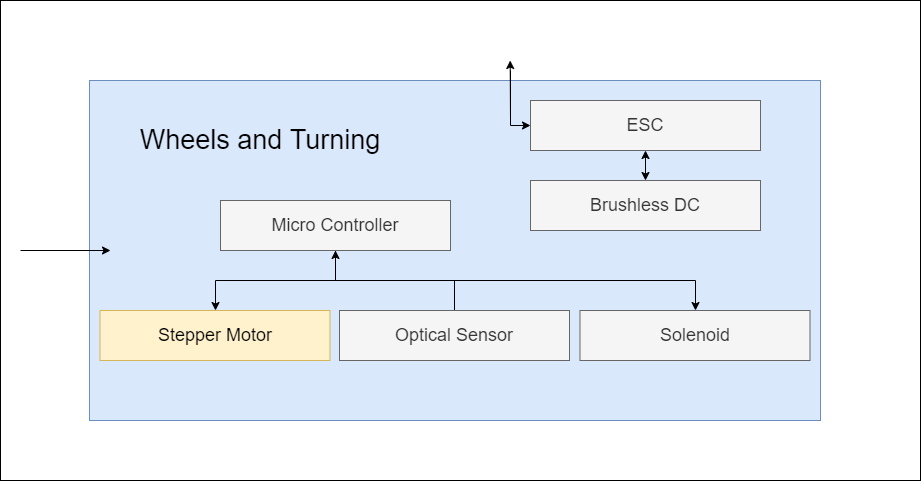
Earlier version of the draw.io export ADS Latex/images/Keaton/MicroC.png (TuringBoard/ADS). Source tidied: cells renumbered, new cells last; positions are measured from the earlier drawing's top-left corner, leaving out a move shared by most shapes. Source of this version:
```xml
<mxGraphModel>
  <root>
    <mxCell id="0" />
    <mxCell id="1" parent="0" />
    <mxCell id="2" style="rounded=0;whiteSpace=wrap;html=1;fontSize=14;" parent="1" vertex="1">
      <mxGeometry width="920" height="480" as="geometry" />
    </mxCell>
    <mxCell id="3" style="rounded=0;whiteSpace=wrap;html=1;fillColor=#dae8fc;strokeColor=#6c8ebf;" parent="1" vertex="1">
      <mxGeometry x="89" y="80" width="731" height="340" as="geometry" />
    </mxCell>
    <mxCell id="4" value="Wheels and Turning" style="text;html=1;strokeColor=none;fillColor=none;align=center;verticalAlign=middle;whiteSpace=wrap;rounded=0;fontSize=27;" parent="1" vertex="1">
      <mxGeometry x="110" y="110" width="300" height="60" as="geometry" />
    </mxCell>
    <mxCell id="5" value="ESC" style="rounded=0;whiteSpace=wrap;html=1;fontSize=18;fillColor=#f5f5f5;strokeColor=#666666;fontColor=#333333;" parent="1" vertex="1">
      <mxGeometry x="530" y="100" width="230" height="50" as="geometry" />
    </mxCell>
    <mxCell id="6" style="edgeStyle=orthogonalEdgeStyle;rounded=0;jettySize=auto;html=1;" parent="1" edge="1" source="8" target="10">
      <mxGeometry relative="1" as="geometry">
        <Array as="points">
          <mxPoint x="335" y="280" />
          <mxPoint x="215" y="280" />
        </Array>
      </mxGeometry>
    </mxCell>
    <mxCell id="7" style="edgeStyle=orthogonalEdgeStyle;rounded=0;jettySize=auto;html=1;exitX=0.5;exitY=1;exitDx=0;exitDy=0;" parent="1" edge="1" source="8" target="16">
      <mxGeometry relative="1" as="geometry">
        <Array as="points">
          <mxPoint x="335" y="280" />
          <mxPoint x="695" y="280" />
        </Array>
      </mxGeometry>
    </mxCell>
    <mxCell id="8" value="Micro Controller" style="rounded=0;whiteSpace=wrap;html=1;fontSize=18;fillColor=#f5f5f5;strokeColor=#666666;fontColor=#333333;" parent="1" vertex="1">
      <mxGeometry x="220" y="200" width="230" height="50" as="geometry" />
    </mxCell>
    <mxCell id="9" value="&lt;div&gt;Brushless DC&lt;/div&gt;" style="rounded=0;whiteSpace=wrap;html=1;fontSize=18;fillColor=#f5f5f5;strokeColor=#666666;fontColor=#333333;" parent="1" vertex="1">
      <mxGeometry x="530" y="180" width="230" height="50" as="geometry" />
    </mxCell>
    <mxCell id="10" value="Stepper Motor" style="rounded=0;whiteSpace=wrap;html=1;fontSize=18;fillColor=#fff2cc;strokeColor=#d6b656;" parent="1" vertex="1">
      <mxGeometry x="99.5" y="310" width="230" height="50" as="geometry" />
    </mxCell>
    <mxCell id="11" style="edgeStyle=orthogonalEdgeStyle;rounded=0;jettySize=auto;html=1;entryX=0;entryY=0.5;entryDx=0;entryDy=0;" parent="1" edge="1" target="5">
      <mxGeometry relative="1" as="geometry">
        <mxPoint x="510" y="70" as="sourcePoint" />
        <Array as="points">
          <mxPoint x="510" y="125" />
        </Array>
      </mxGeometry>
    </mxCell>
    <mxCell id="12" style="edgeStyle=orthogonalEdgeStyle;rounded=0;orthogonalLoop=1;jettySize=auto;html=1;exitX=0.5;exitY=1;exitDx=0;exitDy=0;" parent="1" edge="1" source="2" target="2">
      <mxGeometry relative="1" as="geometry" />
    </mxCell>
    <mxCell id="13" style="endArrow=classic;startArrow=classic;html=1;rounded=0;exitX=0.5;exitY=1;exitDx=0;exitDy=0;" parent="1" edge="1" source="5" target="9">
      <mxGeometry relative="1" as="geometry" />
    </mxCell>
    <mxCell id="14" style="edgeStyle=orthogonalEdgeStyle;rounded=0;jettySize=auto;html=1;entryX=0.5;entryY=1;entryDx=0;entryDy=0;" parent="1" edge="1" source="15" target="8">
      <mxGeometry relative="1" as="geometry" />
    </mxCell>
    <mxCell id="15" value="Optical Sensor" style="rounded=0;whiteSpace=wrap;html=1;fontSize=18;fillColor=#f5f5f5;fontColor=#333333;strokeColor=#666666;" parent="1" vertex="1">
      <mxGeometry x="339" y="310" width="230" height="50" as="geometry" />
    </mxCell>
    <mxCell id="16" value="Solenoid" style="rounded=0;whiteSpace=wrap;html=1;fontSize=18;fillColor=#f5f5f5;fontColor=#333333;strokeColor=#666666;" parent="1" vertex="1">
      <mxGeometry x="579.5" y="310" width="230" height="50" as="geometry" />
    </mxCell>
    <mxCell id="17" style="endArrow=classic;html=1;rounded=0;entryX=0.554;entryY=0.125;entryDx=0;entryDy=0;entryPerimeter=0;" parent="1" edge="1" target="2">
      <mxGeometry relative="1" as="geometry">
        <mxPoint x="510" y="120" as="sourcePoint" />
      </mxGeometry>
    </mxCell>
    <mxCell id="18" style="endArrow=classic;html=1;rounded=0;" parent="1" edge="1">
      <mxGeometry relative="1" as="geometry">
        <mxPoint x="20" y="250" as="sourcePoint" />
        <mxPoint x="110" y="250" as="targetPoint" />
      </mxGeometry>
    </mxCell>
  </root>
</mxGraphModel>
```
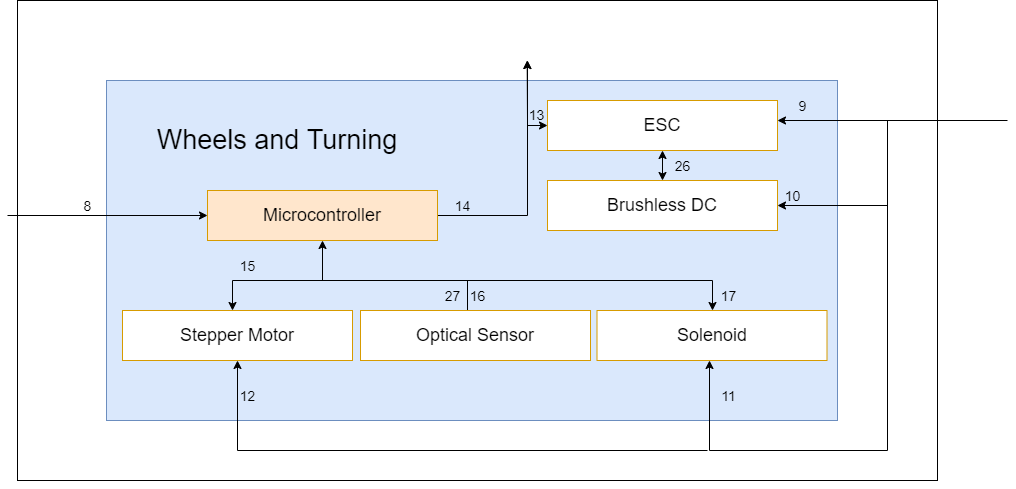
Above is the later version.

Diff of the diagram source:
```diff
@@ -11,33 +11,32 @@
     <mxCell id="4" value="Wheels and Turning" style="text;html=1;strokeColor=none;fillColor=none;align=center;verticalAlign=middle;whiteSpace=wrap;rounded=0;fontSize=27;" parent="1" vertex="1">
       <mxGeometry x="110" y="110" width="300" height="60" as="geometry" />
     </mxCell>
-    <mxCell id="5" value="ESC" style="rounded=0;whiteSpace=wrap;html=1;fontSize=18;fillColor=#f5f5f5;strokeColor=#666666;fontColor=#333333;" parent="1" vertex="1">
+    <mxCell id="5" value="ESC" style="rounded=0;whiteSpace=wrap;html=1;fontSize=18;fillColor=#FFFFFF;strokeColor=#d79b00;" parent="1" vertex="1">
       <mxGeometry x="530" y="100" width="230" height="50" as="geometry" />
     </mxCell>
-    <mxCell id="6" style="edgeStyle=orthogonalEdgeStyle;rounded=0;jettySize=auto;html=1;" parent="1" edge="1" source="8" target="10">
+    <mxCell id="6" style="edgeStyle=orthogonalEdgeStyle;rounded=0;jettySize=auto;html=1;" parent="1" edge="1" target="10">
       <mxGeometry relative="1" as="geometry">
+        <mxPoint x="335" y="280" as="sourcePoint" />
         <Array as="points">
           <mxPoint x="335" y="280" />
           <mxPoint x="215" y="280" />
         </Array>
       </mxGeometry>
     </mxCell>
-    <mxCell id="7" style="edgeStyle=orthogonalEdgeStyle;rounded=0;jettySize=auto;html=1;exitX=0.5;exitY=1;exitDx=0;exitDy=0;" parent="1" edge="1" source="8" target="16">
+    <mxCell id="7" style="edgeStyle=orthogonalEdgeStyle;rounded=0;jettySize=auto;html=1;" parent="1" edge="1" target="16">
       <mxGeometry relative="1" as="geometry">
+        <mxPoint x="335" y="280" as="sourcePoint" />
         <Array as="points">
           <mxPoint x="335" y="280" />
           <mxPoint x="695" y="280" />
         </Array>
       </mxGeometry>
     </mxCell>
-    <mxCell id="8" value="Micro Controller" style="rounded=0;whiteSpace=wrap;html=1;fontSize=18;fillColor=#f5f5f5;strokeColor=#666666;fontColor=#333333;" parent="1" vertex="1">
-      <mxGeometry x="220" y="200" width="230" height="50" as="geometry" />
-    </mxCell>
-    <mxCell id="9" value="&lt;div&gt;Brushless DC&lt;/div&gt;" style="rounded=0;whiteSpace=wrap;html=1;fontSize=18;fillColor=#f5f5f5;strokeColor=#666666;fontColor=#333333;" parent="1" vertex="1">
+    <mxCell id="9" value="&lt;div&gt;Brushless DC&lt;/div&gt;" style="rounded=0;whiteSpace=wrap;html=1;fontSize=18;fillColor=#FFFFFF;strokeColor=#d79b00;" parent="1" vertex="1">
       <mxGeometry x="530" y="180" width="230" height="50" as="geometry" />
     </mxCell>
-    <mxCell id="10" value="Stepper Motor" style="rounded=0;whiteSpace=wrap;html=1;fontSize=18;fillColor=#fff2cc;strokeColor=#d6b656;" parent="1" vertex="1">
-      <mxGeometry x="99.5" y="310" width="230" height="50" as="geometry" />
+    <mxCell id="10" value="Stepper Motor" style="rounded=0;whiteSpace=wrap;html=1;fontSize=18;fillColor=#FFFFFF;strokeColor=#d79b00;" parent="1" vertex="1">
+      <mxGeometry x="105" y="310" width="230" height="50" as="geometry" />
     </mxCell>
     <mxCell id="11" style="edgeStyle=orthogonalEdgeStyle;rounded=0;jettySize=auto;html=1;entryX=0;entryY=0.5;entryDx=0;entryDy=0;" parent="1" edge="1" target="5">
       <mxGeometry relative="1" as="geometry">
@@ -53,13 +52,18 @@
     <mxCell id="13" style="endArrow=classic;startArrow=classic;html=1;rounded=0;exitX=0.5;exitY=1;exitDx=0;exitDy=0;" parent="1" edge="1" source="5" target="9">
       <mxGeometry relative="1" as="geometry" />
     </mxCell>
-    <mxCell id="14" style="edgeStyle=orthogonalEdgeStyle;rounded=0;jettySize=auto;html=1;entryX=0.5;entryY=1;entryDx=0;entryDy=0;" parent="1" edge="1" source="15" target="8">
-      <mxGeometry relative="1" as="geometry" />
+    <mxCell id="14" style="edgeStyle=orthogonalEdgeStyle;rounded=0;jettySize=auto;html=1;entryX=0.5;entryY=1;entryDx=0;entryDy=0;" parent="1" edge="1" source="15" target="23">
+      <mxGeometry relative="1" as="geometry">
+        <Array as="points">
+          <mxPoint x="450" y="280" />
+          <mxPoint x="305" y="280" />
+        </Array>
+      </mxGeometry>
     </mxCell>
-    <mxCell id="15" value="Optical Sensor" style="rounded=0;whiteSpace=wrap;html=1;fontSize=18;fillColor=#f5f5f5;fontColor=#333333;strokeColor=#666666;" parent="1" vertex="1">
-      <mxGeometry x="339" y="310" width="230" height="50" as="geometry" />
+    <mxCell id="15" value="Optical Sensor" style="rounded=0;whiteSpace=wrap;html=1;fontSize=18;fillColor=#FFFFFF;strokeColor=#d79b00;" parent="1" vertex="1">
+      <mxGeometry x="343" y="310" width="230" height="50" as="geometry" />
     </mxCell>
-    <mxCell id="16" value="Solenoid" style="rounded=0;whiteSpace=wrap;html=1;fontSize=18;fillColor=#f5f5f5;fontColor=#333333;strokeColor=#666666;" parent="1" vertex="1">
+    <mxCell id="16" value="Solenoid" style="rounded=0;whiteSpace=wrap;html=1;fontSize=18;fillColor=#FFFFFF;strokeColor=#d79b00;" parent="1" vertex="1">
       <mxGeometry x="579.5" y="310" width="230" height="50" as="geometry" />
     </mxCell>
     <mxCell id="17" style="endArrow=classic;html=1;rounded=0;entryX=0.554;entryY=0.125;entryDx=0;entryDy=0;entryPerimeter=0;" parent="1" edge="1" target="2">
@@ -67,11 +71,83 @@
         <mxPoint x="510" y="120" as="sourcePoint" />
       </mxGeometry>
     </mxCell>
-    <mxCell id="18" style="endArrow=classic;html=1;rounded=0;" parent="1" edge="1">
-      <mxGeometry relative="1" as="geometry">
-        <mxPoint x="20" y="250" as="sourcePoint" />
-        <mxPoint x="110" y="250" as="targetPoint" />
-      </mxGeometry>
-    </mxCell>
+    <mxCell id="19" style="endArrow=classic;html=1;rounded=0;" parent="1" edge="1">
+      <mxGeometry relative="1" as="geometry">
+        <mxPoint x="990" y="120" as="sourcePoint" />
+        <mxPoint x="760" y="120" as="targetPoint" />
+      </mxGeometry>
+    </mxCell>
+    <mxCell id="20" style="endArrow=classic;html=1;rounded=0;" parent="1" edge="1">
+      <mxGeometry relative="1" as="geometry">
+        <mxPoint x="870" y="120" as="sourcePoint" />
+        <mxPoint x="692" y="360" as="targetPoint" />
+        <Array as="points">
+          <mxPoint x="870" y="450" />
+          <mxPoint x="692" y="450" />
+        </Array>
+      </mxGeometry>
+    </mxCell>
+    <mxCell id="21" style="endArrow=classic;html=1;rounded=0;entryX=0.5;entryY=1;entryDx=0;entryDy=0;" parent="1" edge="1" target="10">
+      <mxGeometry relative="1" as="geometry">
+        <mxPoint x="690" y="450" as="sourcePoint" />
+        <Array as="points">
+          <mxPoint x="220" y="450" />
+        </Array>
+      </mxGeometry>
+    </mxCell>
+    <mxCell id="22" style="edgeStyle=orthogonalEdgeStyle;rounded=0;jettySize=auto;html=1;" parent="1" edge="1" source="23">
+      <mxGeometry relative="1" as="geometry">
+        <mxPoint x="510" y="60" as="targetPoint" />
+      </mxGeometry>
+    </mxCell>
+    <mxCell id="23" value="Microcontroller" style="rounded=0;whiteSpace=wrap;html=1;fontSize=18;fillColor=#ffe6cc;strokeColor=#d79b00;" parent="1" vertex="1">
+      <mxGeometry x="190" y="190" width="230" height="50" as="geometry" />
+    </mxCell>
+    <mxCell id="24" value="&lt;font style=&quot;font-size: 14px&quot;&gt;8&lt;/font&gt;" style="text;html=1;align=center;verticalAlign=middle;strokeColor=none;fillColor=none;fontSize=18;" parent="1" vertex="1">
+      <mxGeometry x="60" y="190" width="20" height="30" as="geometry" />
+    </mxCell>
+    <mxCell id="25" value="&lt;font style=&quot;font-size: 14px&quot;&gt;15&lt;br&gt;&lt;/font&gt;" style="text;html=1;align=center;verticalAlign=middle;strokeColor=none;fillColor=none;fontSize=18;" parent="1" vertex="1">
+      <mxGeometry x="215" y="250" width="30" height="30" as="geometry" />
+    </mxCell>
+    <mxCell id="26" value="&lt;font style=&quot;font-size: 14px&quot;&gt;16&lt;br&gt;&lt;/font&gt;" style="text;html=1;align=center;verticalAlign=middle;strokeColor=none;fillColor=none;fontSize=18;" parent="1" vertex="1">
+      <mxGeometry x="445" y="280" width="30" height="30" as="geometry" />
+    </mxCell>
+    <mxCell id="27" style="endArrow=classic;html=1;rounded=0;entryX=0;entryY=0.5;entryDx=0;entryDy=0;" parent="1" edge="1" target="23">
+      <mxGeometry relative="1" as="geometry">
+        <mxPoint x="-10" y="215" as="sourcePoint" />
+      </mxGeometry>
+    </mxCell>
+    <mxCell id="28" value="&lt;font style=&quot;font-size: 14px&quot;&gt;17&lt;br&gt;&lt;/font&gt;" style="text;html=1;align=center;verticalAlign=middle;strokeColor=none;fillColor=none;fontSize=18;" parent="1" vertex="1">
+      <mxGeometry x="696" y="280" width="30" height="30" as="geometry" />
+    </mxCell>
+    <mxCell id="29" value="&lt;font style=&quot;font-size: 14px&quot;&gt;14&lt;br&gt;&lt;/font&gt;" style="text;html=1;align=center;verticalAlign=middle;strokeColor=none;fillColor=none;fontSize=18;" parent="1" vertex="1">
+      <mxGeometry x="430" y="190" width="30" height="30" as="geometry" />
+    </mxCell>
+    <mxCell id="30" value="&lt;font style=&quot;font-size: 14px&quot;&gt;13&lt;br&gt;&lt;/font&gt;" style="text;html=1;align=center;verticalAlign=middle;strokeColor=none;fillColor=none;fontSize=18;" parent="1" vertex="1">
+      <mxGeometry x="504" y="99" width="30" height="30" as="geometry" />
+    </mxCell>
+    <mxCell id="31" value="&lt;font style=&quot;font-size: 14px&quot;&gt;12&lt;span style=&quot;color: rgba(0 , 0 , 0 , 0) ; font-family: monospace ; font-size: 0px&quot;&gt;%3CmxGraphModel%3E%3Croot%3E%3CmxCell%20id%3D%220%22%2F%3E%3CmxCell%20id%3D%221%22%20parent%3D%220%22%2F%3E%3CmxCell%20id%3D%222%22%20value%3D%22%26lt%3Bfont%20style%3D%26quot%3Bfont-size%3A%2014px%26quot%3B%26gt%3B15%26lt%3Bbr%26gt%3B%26lt%3B%2Ffont%26gt%3B%22%20style%3D%22text%3Bhtml%3D1%3Balign%3Dcenter%3BverticalAlign%3Dmiddle%3Bresizable%3D0%3Bpoints%3D%5B%5D%3Bautosize%3D1%3BstrokeColor%3Dnone%3BfillColor%3Dnone%3BfontSize%3D18%3B%22%20vertex%3D%221%22%20parent%3D%221%22%3E%3CmxGeometry%20x%3D%22-595%22%20y%3D%22280%22%20width%3D%2230%22%20height%3D%2230%22%20as%3D%22geometry%22%2F%3E%3C%2FmxCell%3E%3C%2Froot%3E%3C%2FmxGraphModel%3E&lt;/span&gt;&lt;br&gt;&lt;/font&gt;" style="text;html=1;align=center;verticalAlign=middle;strokeColor=none;fillColor=none;fontSize=18;" parent="1" vertex="1">
+      <mxGeometry x="215" y="380" width="30" height="30" as="geometry" />
+    </mxCell>
+    <mxCell id="32" value="&lt;font style=&quot;font-size: 14px&quot;&gt;11&lt;br&gt;&lt;/font&gt;" style="text;html=1;align=center;verticalAlign=middle;strokeColor=none;fillColor=none;fontSize=18;" parent="1" vertex="1">
+      <mxGeometry x="696" y="380" width="30" height="30" as="geometry" />
+    </mxCell>
+    <mxCell id="33" value="&lt;font style=&quot;font-size: 14px&quot;&gt;10&lt;br&gt;&lt;/font&gt;" style="text;html=1;align=center;verticalAlign=middle;strokeColor=none;fillColor=none;fontSize=18;" parent="1" vertex="1">
+      <mxGeometry x="760" y="180" width="30" height="30" as="geometry" />
+    </mxCell>
+    <mxCell id="34" style="endArrow=classic;html=1;rounded=0;" parent="1" edge="1" target="9">
+      <mxGeometry relative="1" as="geometry">
+        <mxPoint x="870" y="205" as="sourcePoint" />
+      </mxGeometry>
+    </mxCell>
+    <mxCell id="35" value="&lt;font style=&quot;font-size: 14px&quot;&gt;9&lt;br&gt;&lt;/font&gt;" style="text;html=1;align=center;verticalAlign=middle;strokeColor=none;fillColor=none;fontSize=18;" parent="1" vertex="1">
+      <mxGeometry x="775" y="90" width="20" height="30" as="geometry" />
+    </mxCell>
+    <mxCell id="36" value="&lt;font style=&quot;font-size: 14px&quot;&gt;26&lt;br&gt;&lt;/font&gt;" style="text;html=1;align=center;verticalAlign=middle;strokeColor=none;fillColor=none;fontSize=18;" parent="1" vertex="1">
+      <mxGeometry x="650" y="150" width="30" height="30" as="geometry" />
+    </mxCell>
+    <mxCell id="37" value="&lt;font style=&quot;font-size: 14px&quot;&gt;27&lt;br&gt;&lt;/font&gt;" style="text;html=1;align=center;verticalAlign=middle;strokeColor=none;fillColor=none;fontSize=18;" parent="1" vertex="1">
+      <mxGeometry x="420" y="280" width="30" height="30" as="geometry" />
+    </mxCell>
   </root>
 </mxGraphModel>
```
